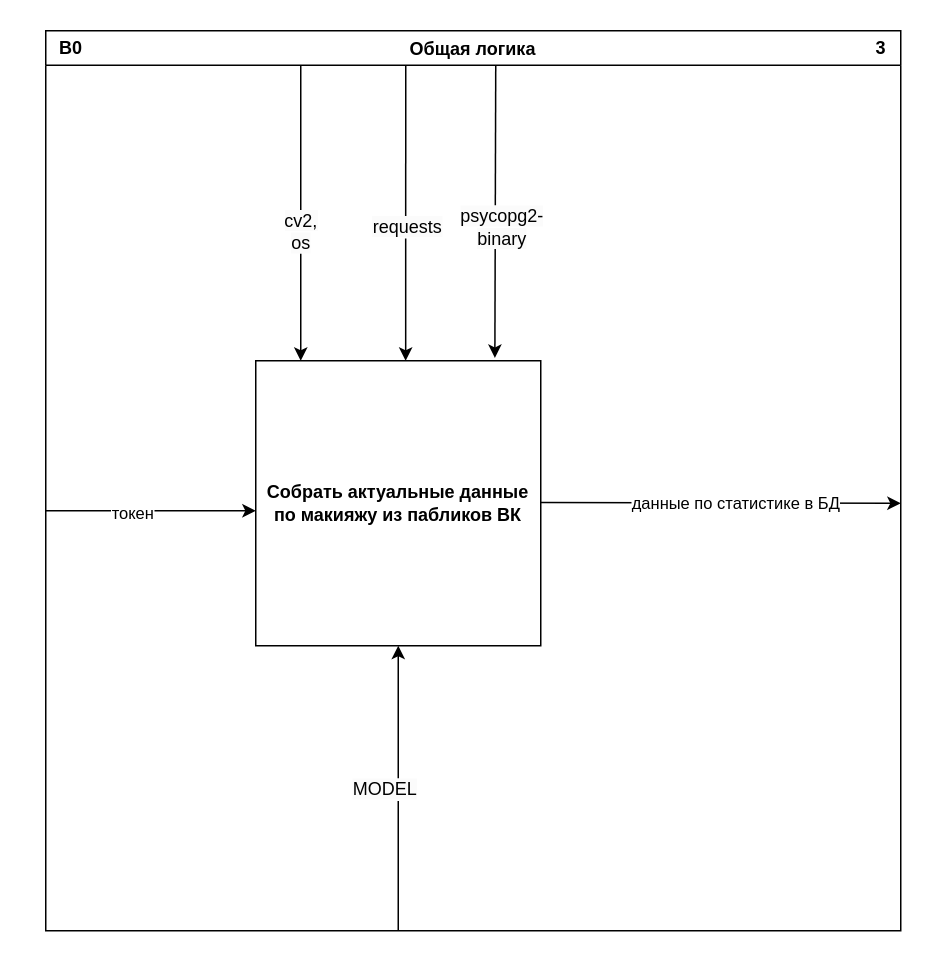
DashaTkach/Project keeps this draw.io diagram as page "Общая логика (В0)" (3 of 7) of documentation/Диаграмма без названия.drawio. Above is the earlier version. Source tidied: cells renumbered, new cells numbered last; positions are measured from the earlier drawing's top-left corner, leaving out a move shared by most shapes. Both pictures are drawn from the tidied source at 150%, with x=0, y=0 at pixel (26, 26).
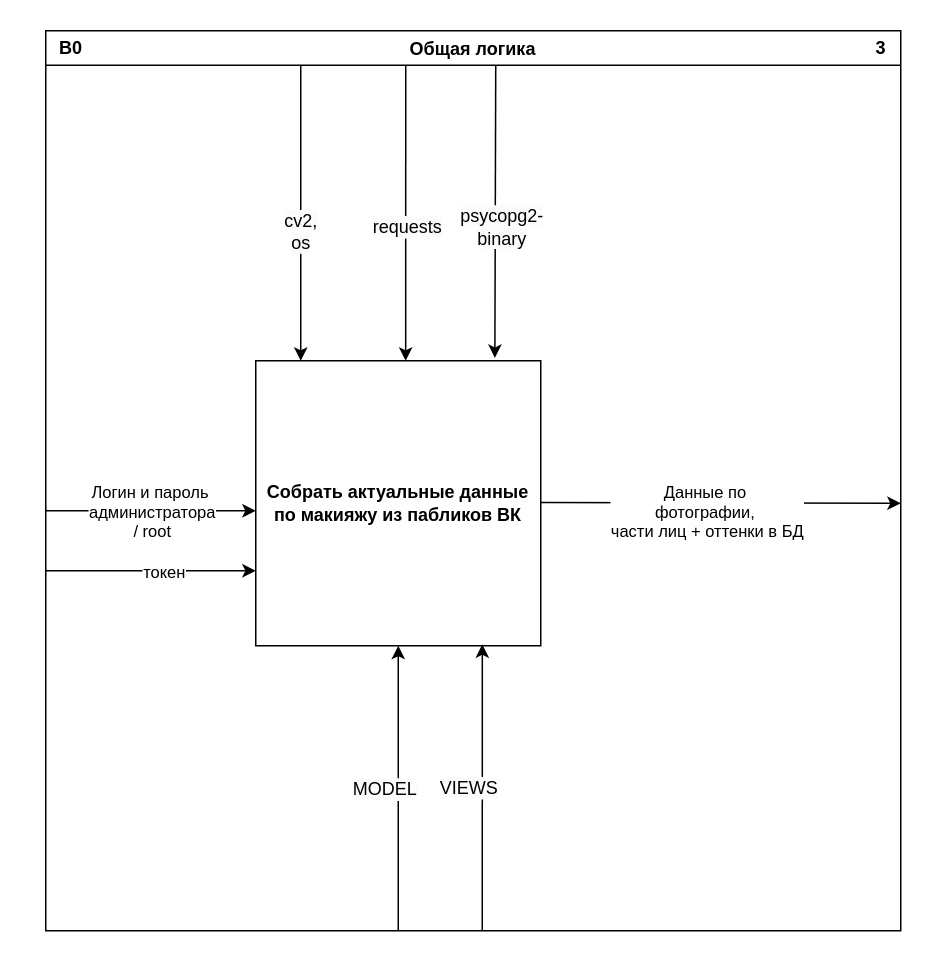
Above is the later version.

The change refers to these unchanged cells:
```xml
<mxCell id="2" value="&lt;b&gt;Собрать актуальные данные по макияжу из пабликов ВК&lt;/b&gt;" style="whiteSpace=wrap;html=1;" parent="1" vertex="1">
  <mxGeometry x="153" y="223" width="190" height="190" as="geometry" />
</mxCell>
<mxCell id="3" style="endArrow=classic;html=1;rounded=0;" parent="1" edge="1">
  <mxGeometry relative="1" as="geometry">
    <mxPoint x="343" y="317.5" as="sourcePoint" />
    <mxPoint x="583" y="318" as="targetPoint" />
  </mxGeometry>
</mxCell>
<mxCell id="11" style="endArrow=classic;html=1;rounded=0;exitX=1;exitY=0.5;exitDx=0;exitDy=0;" parent="1" edge="1">
  <mxGeometry relative="1" as="geometry">
    <mxPoint x="13" y="323" as="sourcePoint" />
    <mxPoint x="153" y="323" as="targetPoint" />
  </mxGeometry>
</mxCell>
<mxCell id="13" value="Общая логика" style="swimlane;" parent="1" vertex="1">
  <mxGeometry x="13" y="3" width="570" height="600" as="geometry" />
</mxCell>
```

What changed in the source:
```diff
@@
-    <mxCell id="4" value="данные по статистике в БД" style="edgeLabel;html=1;align=center;verticalAlign=middle;" parent="3" vertex="1">
-      <mxGeometry x="-0.57" y="2" relative="1" as="geometry">
-        <mxPoint x="77" y="2" as="offset" />
-      </mxGeometry>
-    </mxCell>
@@
-    <mxCell id="12" value="токен" style="edgeLabel;html=1;align=center;verticalAlign=middle;" parent="11" vertex="1">
-      <mxGeometry x="-0.18" y="-1" relative="1" as="geometry" />
-    </mxCell>
@@
+    <mxCell id="18" value="Логин и пароль&amp;nbsp;&lt;div&gt;администратора&lt;/div&gt;&lt;div&gt;/ root&lt;/div&gt;" style="edgeLabel;html=1;align=center;verticalAlign=middle;" parent="13" vertex="1">
+      <mxGeometry x="70" y="320" as="geometry" />
+    </mxCell>
+    <mxCell id="19" style="endArrow=classic;html=1;rounded=0;" parent="13" edge="1">
+      <mxGeometry relative="1" as="geometry">
+        <mxPoint y="360" as="sourcePoint" />
+        <mxPoint x="140" y="360" as="targetPoint" />
+      </mxGeometry>
+    </mxCell>
+    <mxCell id="12" value="токен" style="edgeLabel;html=1;align=center;verticalAlign=middle;" parent="19" vertex="1">
+      <mxGeometry x="0.12" relative="1" as="geometry" />
+    </mxCell>
+    <mxCell id="20" value="Данные по&amp;nbsp;&lt;div&gt;фотографии,&amp;nbsp;&lt;div&gt;части лиц + оттенки в БД&lt;/div&gt;&lt;/div&gt;" style="edgeLabel;html=1;align=center;verticalAlign=middle;" parent="13" vertex="1">
+      <mxGeometry x="420" y="330" as="geometry">
+        <mxPoint x="20" y="-10" as="offset" />
+      </mxGeometry>
+    </mxCell>
@@
+    <mxCell id="21" style="endArrow=classic;html=1;rounded=0;entryX=0.795;entryY=0.995;entryDx=0;entryDy=0;entryPerimeter=0;" parent="1" edge="1" target="2">
+      <mxGeometry relative="1" as="geometry">
+        <mxPoint x="304" y="603" as="sourcePoint" />
+      </mxGeometry>
+    </mxCell>
+    <mxCell id="22" value="&lt;span style=&quot;font-size: 12px; text-wrap: wrap; background-color: rgb(251, 251, 251);&quot;&gt;VIEWS&lt;/span&gt;" style="edgeLabel;html=1;align=center;verticalAlign=middle;" parent="21" vertex="1">
+      <mxGeometry x="-0.23" relative="1" as="geometry">
+        <mxPoint x="-10" y="-22" as="offset" />
+      </mxGeometry>
+    </mxCell>
```
